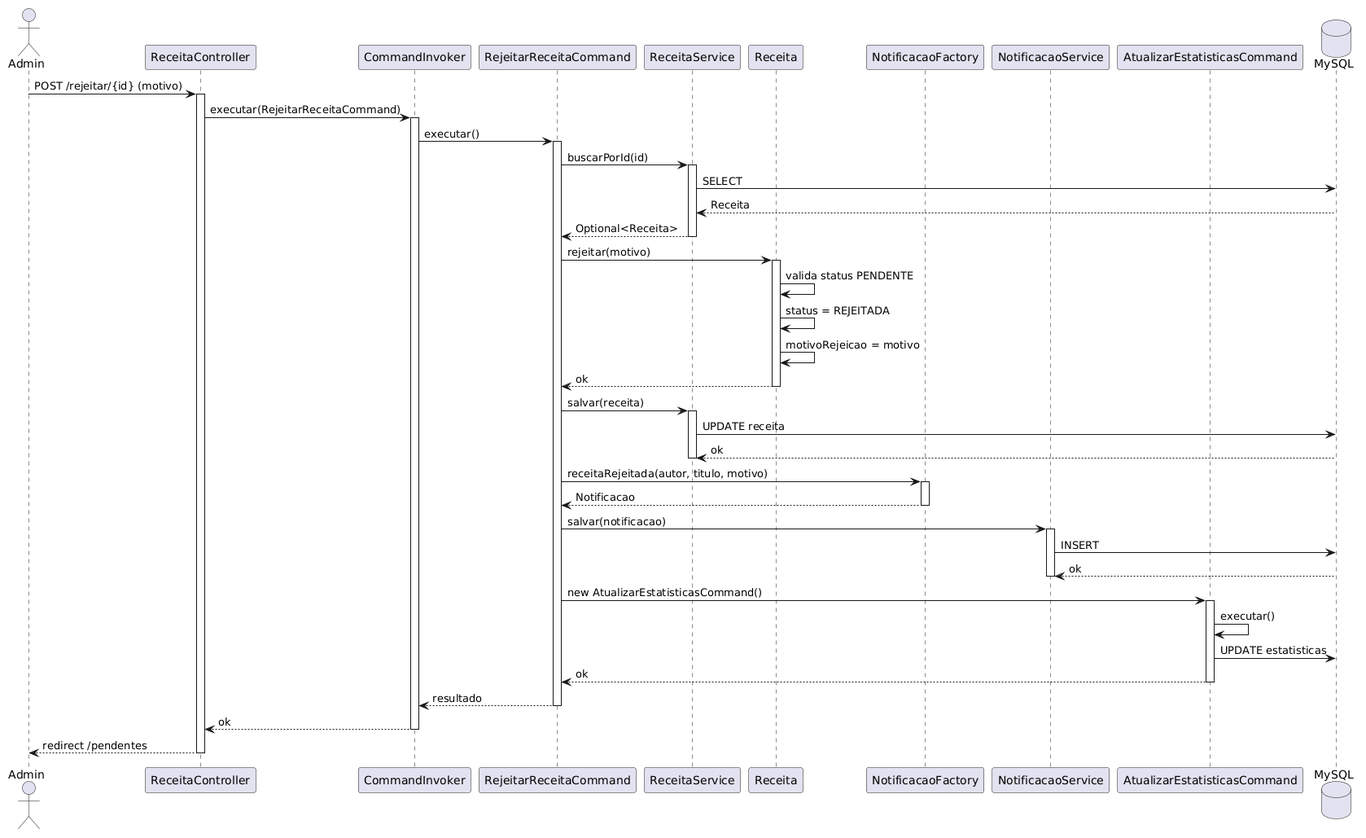
Before: Diagramas/Diagramas de Sequência/Receita/Diagrama de Sequencia - Rejeitar Receita.png, a diagram exported from PlantUML (MatheusAbib/Jornal-de-Receitas).
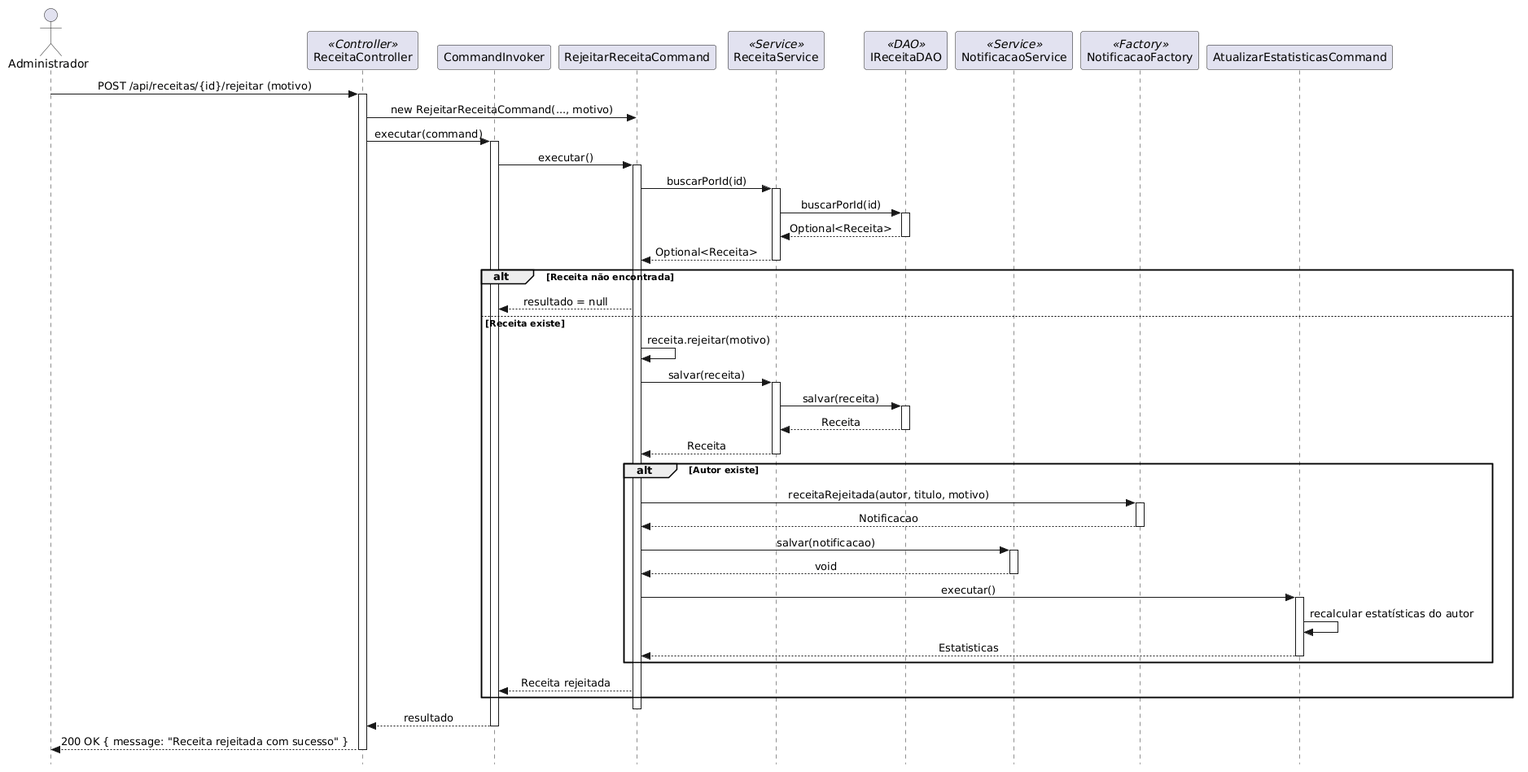
The same diagram one commit later.

Diff of the diagram source:
```diff
@@ -1,67 +1,65 @@
 @startuml
-actor "Admin" as admin
-participant "ReceitaController" as controller
+skinparam style strictuml
+skinparam sequenceMessageAlign center
+skinparam shadowing false
+
+actor "Administrador" as admin
+participant "ReceitaController" as ctrl <<Controller>>
 participant "CommandInvoker" as invoker
 participant "RejeitarReceitaCommand" as cmd
-participant "ReceitaService" as recService
-participant "Receita" as receita
-participant "NotificacaoFactory" as notifFactory
-participant "NotificacaoService" as notifService
+participant "ReceitaService" as recSvc <<Service>>
+participant "IReceitaDAO" as recDao <<DAO>>
+participant "NotificacaoService" as notifSvc <<Service>>
+participant "NotificacaoFactory" as notifFactory <<Factory>>
 participant "AtualizarEstatisticasCommand" as cmdEst
-database "MySQL" as db
 
-admin -> controller : POST /rejeitar/{id} (motivo)
-activate controller
-
-controller -> invoker : executar(RejeitarReceitaCommand)
+admin -> ctrl: POST /api/receitas/{id}/rejeitar (motivo)
+activate ctrl
+ctrl -> cmd: new RejeitarReceitaCommand(..., motivo)
+ctrl -> invoker: executar(command)
 activate invoker
-invoker -> cmd : executar()
+invoker -> cmd: executar()
 activate cmd
-
-cmd -> recService : buscarPorId(id)
-activate recService
-recService -> db : SELECT
-db --> recService : Receita
-recService --> cmd : Optional<Receita>
-deactivate recService
-
-cmd -> receita : rejeitar(motivo)
-activate receita
-receita -> receita : valida status PENDENTE
-receita -> receita : status = REJEITADA
-receita -> receita : motivoRejeicao = motivo
-receita --> cmd : ok
-deactivate receita
-
-cmd -> recService : salvar(receita)
-activate recService
-recService -> db : UPDATE receita
-db --> recService : ok
-deactivate recService
-
-cmd -> notifFactory : receitaRejeitada(autor, titulo, motivo)
-activate notifFactory
-notifFactory --> cmd : Notificacao
-deactivate notifFactory
-
-cmd -> notifService : salvar(notificacao)
-activate notifService
-notifService -> db : INSERT
-db --> notifService : ok
-deactivate notifService
-
-cmd -> cmdEst : new AtualizarEstatisticasCommand()
-activate cmdEst
-cmdEst -> cmdEst : executar()
-cmdEst -> db : UPDATE estatisticas
-cmdEst --> cmd : ok
-deactivate cmdEst
-
-cmd --> invoker : resultado
+cmd -> recSvc: buscarPorId(id)
+activate recSvc
+recSvc -> recDao: buscarPorId(id)
+activate recDao
+recDao --> recSvc: Optional<Receita>
+deactivate recDao
+recSvc --> cmd: Optional<Receita>
+deactivate recSvc
+alt Receita não encontrada
+    cmd --> invoker: resultado = null
+else Receita existe
+    cmd -> cmd: receita.rejeitar(motivo)
+    cmd -> recSvc: salvar(receita)
+    activate recSvc
+    recSvc -> recDao: salvar(receita)
+    activate recDao
+    recDao --> recSvc: Receita
+    deactivate recDao
+    recSvc --> cmd: Receita
+    deactivate recSvc
+    alt Autor existe
+        cmd -> notifFactory: receitaRejeitada(autor, titulo, motivo)
+        activate notifFactory
+        notifFactory --> cmd: Notificacao
+        deactivate notifFactory
+        cmd -> notifSvc: salvar(notificacao)
+        activate notifSvc
+        notifSvc --> cmd: void
+        deactivate notifSvc
+        cmd -> cmdEst: executar()
+        activate cmdEst
+        cmdEst -> cmdEst: recalcular estatísticas do autor
+        cmdEst --> cmd: Estatisticas
+        deactivate cmdEst
+    end
+    cmd --> invoker: Receita rejeitada
+end
 deactivate cmd
-invoker --> controller : ok
+invoker --> ctrl: resultado
 deactivate invoker
-
-controller --> admin : redirect /pendentes
-deactivate controller
+ctrl --> admin: 200 OK { message: "Receita rejeitada com sucesso" }
+deactivate ctrl
 @enduml
```
